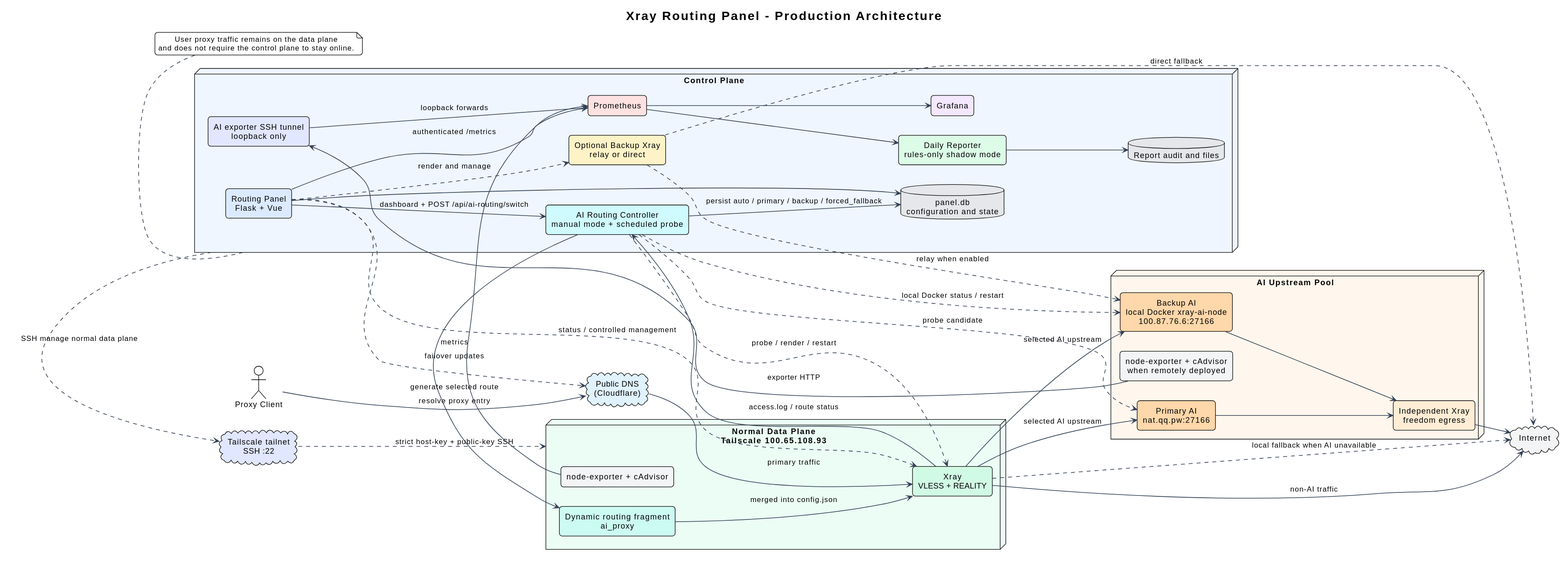
The PlantUML diagram docs/diagrams/system-architecture.svg in i-zrhe2016/ai-routing-panel, before a commit.
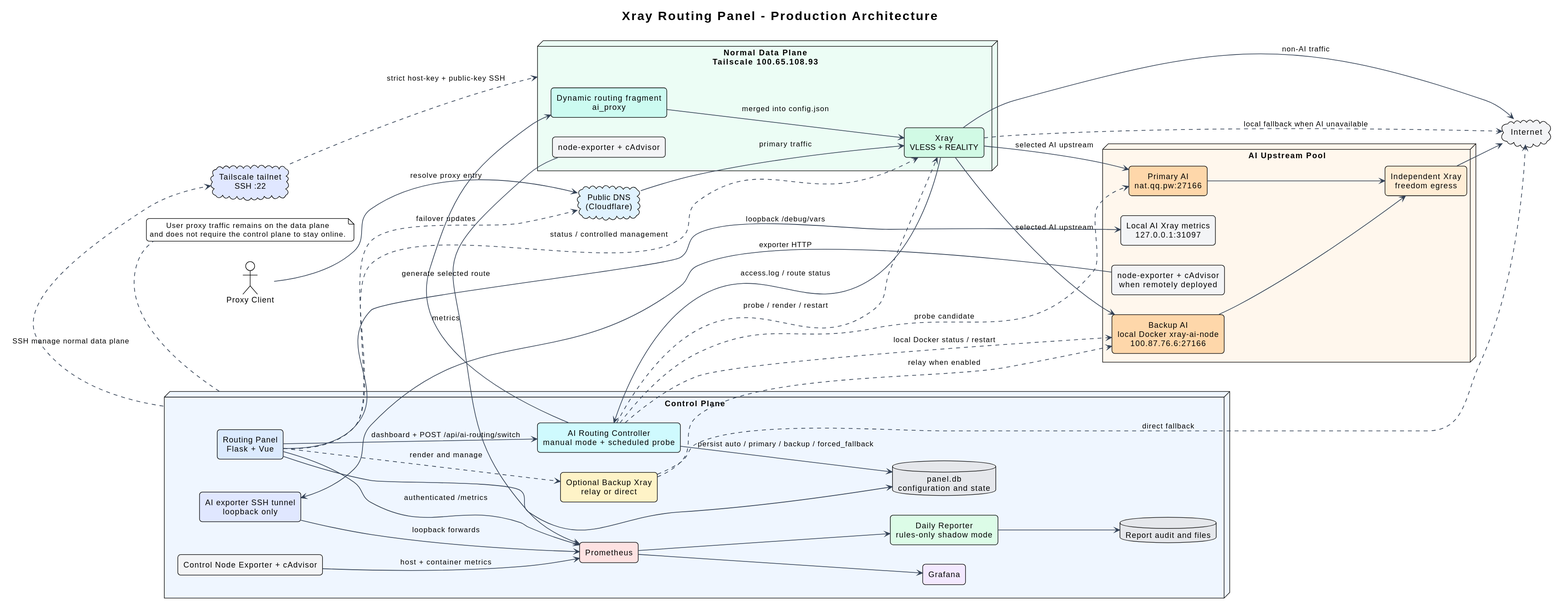
Later version of the same file.

What changed in the source:
```diff
@@ -22,6 +22,7 @@
   component "Optional Backup Xray\nrelay or direct" as backup #FEF3C7
   component "Prometheus" as prometheus #FEE2E2
   component "Grafana" as grafana #F3E8FF
+  component "Control Node Exporter + cAdvisor" as controlMetrics #F3F4F6
   component "Daily Reporter\nrules-only shadow mode" as reporter #DCFCE7
   database "Report audit and files" as reports #E5E7EB
   component "AI exporter SSH tunnel\nloopback only" as tunnel #E0E7FF
@@ -37,6 +38,7 @@
   component "Primary AI\nnat.qq.pw:27166" as primaryAi #FED7AA
   component "Backup AI\nlocal Docker xray-ai-node\n100.87.76.6:27166" as backupAi #FED7AA
   component "Independent Xray\nfreedom egress" as aiEgress #FFEDD5
+  component "Local AI Xray metrics\n127.0.0.1:31097" as localAiMetrics #F3F4F6
   component "node-exporter + cAdvisor\nwhen remotely deployed" as aiMetrics #F3F4F6
 }
 
@@ -64,6 +66,7 @@
 panel ..> backup : render and manage
 backup ..> backupAi : relay when enabled
 backup ..> internet : direct fallback
+panel --> localAiMetrics : loopback /debug/vars
 
 aiController --> dynamicRoute : generate selected route
 normalXray --> aiController : access.log / route status
@@ -72,6 +75,7 @@
 tailnet ..> normal : strict host-key + public-key SSH
 
 panel --> prometheus : authenticated /metrics
+controlMetrics --> prometheus : host + container metrics
 normalMetrics --> prometheus : metrics
 aiMetrics --> tunnel : exporter HTTP
 tunnel --> prometheus : loopback forwards
```
